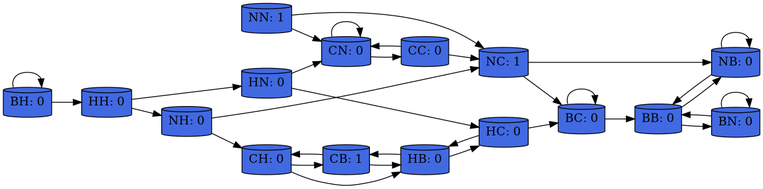
Above: day_14/hint.png in Mizux/adventofcode (Graphviz), before the change. Its source is kept beside it as day_14/hint.dot.
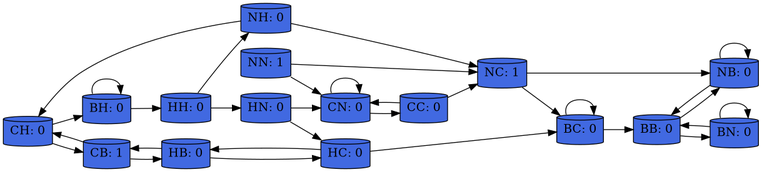
The same diagram one commit later.

Commit message:
day 14: fix typo in hint -_-

The edit, as a diff of the source:
```diff
@@ -20,7 +20,7 @@
   CN [label="CN: 0"];
 
   CH -> CB;
-  CH -> HB;
+  CH -> BH;
 
   HH -> HN;
   HH -> NH;
```
